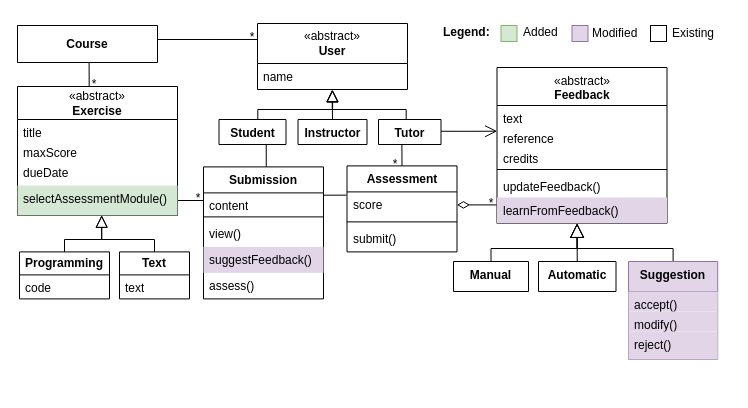
The draw.io diagram page "restructured" (1 of 3) of figures/src/aom.drawio in pal03377/master-thesis, before the edit. Source tidied: cells renumbered, new cells numbered last; positions are measured from the earlier drawing's top-left corner, leaving out a move shared by most shapes. Both pictures are drawn from the tidied source at 100%, with x=0, y=0 at pixel (17, 17).
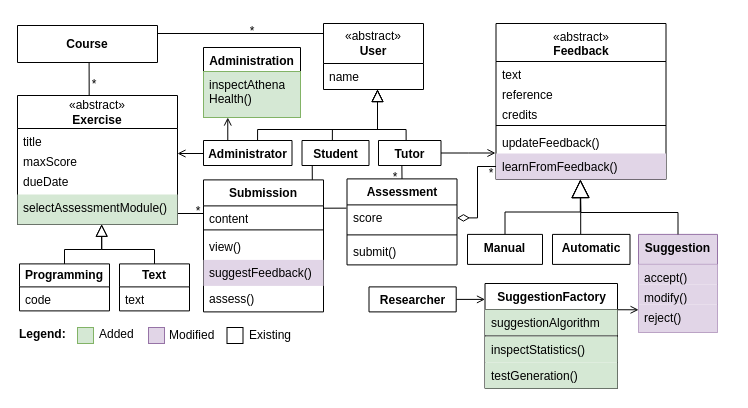
Above is the later version.

Unchanged cells that the change refers to:
```xml
<mxCell id="8" value="selectAssessmentModule()" style="text;strokeColor=none;fillColor=#d5e8d4;align=left;verticalAlign=top;spacingLeft=4;spacingRight=4;overflow=hidden;points=[[0,0.5],[1,0.5]];portConstraint=eastwest;whiteSpace=wrap;html=1;" parent="4" vertex="1">
  <mxGeometry y="99" width="160" height="30" as="geometry" />
</mxCell>
<mxCell id="31" value="learnFromFeedback()" style="text;strokeColor=none;fillColor=#e1d5e7;align=left;verticalAlign=top;spacingLeft=4;spacingRight=4;overflow=hidden;points=[[0,0.5],[1,0.5]];portConstraint=eastwest;whiteSpace=wrap;html=1;" parent="25" vertex="1">
  <mxGeometry y="130" width="170" height="26" as="geometry" />
</mxCell>
<mxCell id="33" value="score" style="text;strokeColor=none;fillColor=none;align=left;verticalAlign=top;spacingLeft=4;spacingRight=4;overflow=hidden;points=[[0,0.5],[1,0.5]];portConstraint=eastwest;whiteSpace=wrap;html=1;" parent="32" vertex="1">
  <mxGeometry y="26" width="110" height="26" as="geometry" />
</mxCell>
```

Change to the diagram source:
```diff
@@
-    <mxCell id="3" style="edgeStyle=orthogonalEdgeStyle;rounded=0;jettySize=auto;html=1;entryX=0;entryY=0.25;entryDx=0;entryDy=0;endArrow=none;endFill=0;exitX=1;exitY=0.5;exitDx=0;exitDy=0;" parent="1" edge="1" source="8" target="9">
-      <mxGeometry relative="1" as="geometry" />
+    <mxCell id="3" style="edgeStyle=orthogonalEdgeStyle;rounded=0;jettySize=auto;html=1;entryX=0;entryY=0.25;entryDx=0;entryDy=0;endArrow=none;endFill=0;exitX=1;exitY=0.5;exitDx=0;exitDy=0;" parent="1" edge="1" target="9">
+      <mxGeometry relative="1" as="geometry">
+        <mxPoint x="160" y="196" as="sourcePoint" />
+      </mxGeometry>
     </mxCell>
     <mxCell id="4" value="«abstract»&lt;br&gt;&lt;b&gt;Exercise&lt;/b&gt;" style="swimlane;fontStyle=0;horizontal=1;startSize=33;fillColor=none;whiteSpace=wrap;html=1;" parent="1" vertex="1">
-      <mxGeometry y="69" width="160" height="129" as="geometry" />
+      <mxGeometry y="78" width="160" height="129" as="geometry" />
     </mxCell>
@@
     <mxCell id="9" value="Submission" style="swimlane;fontStyle=1;align=center;verticalAlign=top;horizontal=1;startSize=26;whiteSpace=wrap;html=1;" parent="1" vertex="1">
-      <mxGeometry x="186" y="149.4" width="120" height="132" as="geometry" />
+      <mxGeometry x="186" y="162.4" width="120" height="132" as="geometry" />
     </mxCell>
@@
-    <mxCell id="15" style="edgeStyle=orthogonalEdgeStyle;rounded=0;orthogonalLoop=1;jettySize=auto;html=1;exitX=0.653;exitY=0.006;exitDx=0;exitDy=0;endArrow=block;endFill=0;strokeWidth=1;endSize=10;entryX=0.534;entryY=1.015;entryDx=0;entryDy=0;entryPerimeter=0;exitPerimeter=0;" parent="1" edge="1">
+    <mxCell id="15" style="edgeStyle=orthogonalEdgeStyle;rounded=0;jettySize=auto;html=1;exitX=0.611;exitY=-0.003;exitDx=0;exitDy=0;endArrow=block;endFill=0;strokeWidth=1;endSize=10;exitPerimeter=0;" parent="1" edge="1" source="17">
       <mxGeometry relative="1" as="geometry">
-        <mxPoint x="240.3" y="102.2" as="sourcePoint" />
-        <mxPoint x="315.1" y="72.4" as="targetPoint" />
+        <mxPoint x="360" y="72" as="targetPoint" />
         <Array as="points">
-          <mxPoint x="240" y="92" />
-          <mxPoint x="315" y="92" />
+          <mxPoint x="240" y="112" />
+          <mxPoint x="360" y="112" />
         </Array>
       </mxGeometry>
     </mxCell>
-    <mxCell id="16" style="edgeStyle=orthogonalEdgeStyle;rounded=0;jettySize=auto;html=1;exitX=0.705;exitY=0.99;exitDx=0;exitDy=0;endArrow=none;endFill=0;entryX=0.523;entryY=-0.001;entryDx=0;entryDy=0;exitPerimeter=0;entryPerimeter=0;" parent="1" edge="1" source="17" target="9">
-      <mxGeometry relative="1" as="geometry" />
+    <mxCell id="16" style="edgeStyle=orthogonalEdgeStyle;rounded=0;orthogonalLoop=1;jettySize=auto;html=1;exitX=0.705;exitY=0.99;exitDx=0;exitDy=0;endArrow=none;endFill=0;entryX=0.523;entryY=-0.001;entryDx=0;entryDy=0;exitPerimeter=0;entryPerimeter=0;" parent="1" edge="1">
+      <mxGeometry relative="1" as="geometry">
+        <mxPoint x="294.7" y="139.8" as="sourcePoint" />
+        <mxPoint x="294.8" y="162.3" as="targetPoint" />
+      </mxGeometry>
     </mxCell>
+    <mxCell id="69" style="edgeStyle=orthogonalEdgeStyle;rounded=0;jettySize=auto;html=1;exitX=0.25;exitY=0;exitDx=0;exitDy=0;entryX=0.25;entryY=1;entryDx=0;entryDy=0;endArrow=open;endFill=0;" parent="1" edge="1" source="17" target="73">
+      <mxGeometry relative="1" as="geometry" />
+    </mxCell>
-    <mxCell id="17" value="Student" style="swimlane;fontStyle=1;align=center;verticalAlign=top;horizontal=1;startSize=34;whiteSpace=wrap;html=1;" parent="1" vertex="1">
-      <mxGeometry x="201.5" y="102" width="67" height="25" as="geometry" />
+    <mxCell id="17" value="Administrator" style="swimlane;fontStyle=1;align=center;verticalAlign=top;horizontal=1;startSize=34;whiteSpace=wrap;html=1;" parent="1" vertex="1">
+      <mxGeometry x="186" y="123" width="88.5" height="25" as="geometry" />
     </mxCell>
-    <mxCell id="18" style="edgeStyle=orthogonalEdgeStyle;rounded=0;orthogonalLoop=1;jettySize=auto;html=1;endArrow=block;endFill=0;endSize=10;entryX=0.533;entryY=1.004;entryDx=0;entryDy=0;entryPerimeter=0;exitX=0.363;exitY=0.005;exitDx=0;exitDy=0;exitPerimeter=0;" parent="1" edge="1">
+    <mxCell id="18" style="edgeStyle=orthogonalEdgeStyle;rounded=0;jettySize=auto;html=1;endArrow=block;endFill=0;endSize=10;exitX=0.442;exitY=-0.003;exitDx=0;exitDy=0;exitPerimeter=0;" parent="1" edge="1" source="21">
       <mxGeometry relative="1" as="geometry">
-        <mxPoint x="388.7" y="102.1" as="sourcePoint" />
-        <mxPoint x="314.9" y="72.1" as="targetPoint" />
+        <mxPoint x="360" y="72" as="targetPoint" />
         <Array as="points">
-          <mxPoint x="389" y="92" />
-          <mxPoint x="315" y="92" />
+          <mxPoint x="389" y="112" />
+          <mxPoint x="360" y="112" />
         </Array>
       </mxGeometry>
     </mxCell>
-    <mxCell id="19" style="edgeStyle=orthogonalEdgeStyle;rounded=0;jettySize=auto;html=1;exitX=0.996;exitY=0.47;exitDx=0;exitDy=0;endArrow=open;endFill=0;endSize=10;entryX=-0.002;entryY=0.872;entryDx=0;entryDy=0;entryPerimeter=0;exitPerimeter=0;" parent="1" edge="1" source="21">
-      <mxGeometry relative="1" as="geometry">
-        <mxPoint x="479.7" y="113.7" as="targetPoint" />
-      </mxGeometry>
-    </mxCell>
@@
+    <mxCell id="70" style="edgeStyle=orthogonalEdgeStyle;rounded=0;jettySize=auto;html=1;exitX=1;exitY=0.5;exitDx=0;exitDy=0;endArrow=open;endFill=0;" parent="1" edge="1" source="21">
+      <mxGeometry relative="1" as="geometry">
+        <mxPoint x="478" y="135.5" as="targetPoint" />
+      </mxGeometry>
+    </mxCell>
     <mxCell id="21" value="Tutor" style="swimlane;fontStyle=1;align=center;verticalAlign=top;horizontal=1;startSize=34;whiteSpace=wrap;html=1;" parent="1" vertex="1">
-      <mxGeometry x="361" y="102" width="62.5" height="25" as="geometry" />
+      <mxGeometry x="361" y="123" width="62.5" height="25" as="geometry" />
     </mxCell>
     <mxCell id="22" value="«abstract»&lt;br&gt;&lt;b&gt;User&lt;/b&gt;" style="swimlane;fontStyle=0;horizontal=1;startSize=40;fillColor=none;whiteSpace=wrap;html=1;" parent="1" vertex="1">
-      <mxGeometry x="240" y="6" width="150" height="66" as="geometry" />
+      <mxGeometry x="306" y="6" width="100" height="66" as="geometry" />
     </mxCell>
     <mxCell id="23" value="name" style="text;strokeColor=none;fillColor=none;align=left;verticalAlign=top;spacingLeft=4;spacingRight=4;overflow=hidden;points=[[0,0.5],[1,0.5]];portConstraint=eastwest;whiteSpace=wrap;html=1;" parent="22" vertex="1">
-      <mxGeometry y="40" width="150" height="26" as="geometry" />
+      <mxGeometry y="40" width="100" height="26" as="geometry" />
     </mxCell>
-    <mxCell id="24" style="edgeStyle=orthogonalEdgeStyle;rounded=0;jettySize=auto;html=1;exitX=-0.003;exitY=0.285;exitDx=0;exitDy=0;endArrow=diamondThin;endFill=0;endSize=10;entryX=1;entryY=0.5;entryDx=0;entryDy=0;exitPerimeter=0;" parent="1" edge="1" source="31" target="33">
-      <mxGeometry relative="1" as="geometry" />
+    <mxCell id="24" style="edgeStyle=orthogonalEdgeStyle;rounded=0;jettySize=auto;html=1;exitX=0;exitY=0.5;exitDx=0;exitDy=0;endArrow=diamondThin;endFill=0;endSize=10;entryX=1;entryY=0.5;entryDx=0;entryDy=0;" parent="1" edge="1" source="31" target="33">
+      <mxGeometry relative="1" as="geometry">
+        <Array as="points">
+          <mxPoint x="460" y="149" />
+          <mxPoint x="460" y="200" />
+        </Array>
+      </mxGeometry>
     </mxCell>
     <mxCell id="25" value="&lt;span style=&quot;font-weight: normal;&quot;&gt;«abstract»&lt;/span&gt;&lt;br&gt;Feedback" style="swimlane;fontStyle=1;align=center;verticalAlign=top;horizontal=1;startSize=38;whiteSpace=wrap;html=1;" parent="1" vertex="1">
-      <mxGeometry x="479.5" y="50" width="170" height="156" as="geometry" />
+      <mxGeometry x="478.5" y="6" width="170" height="156" as="geometry" />
     </mxCell>
@@
     <mxCell id="32" value="Assessment" style="swimlane;fontStyle=1;align=center;verticalAlign=top;horizontal=1;startSize=26;whiteSpace=wrap;html=1;" parent="1" vertex="1">
-      <mxGeometry x="329.5" y="148.4" width="110" height="86" as="geometry" />
+      <mxGeometry x="329.5" y="161.4" width="110" height="86" as="geometry" />
     </mxCell>
@@
-    <mxCell id="36" style="edgeStyle=orthogonalEdgeStyle;rounded=0;jettySize=auto;html=1;exitX=-0.002;exitY=0.242;exitDx=0;exitDy=0;endArrow=none;endFill=0;exitPerimeter=0;" parent="1" edge="1" source="22">
+    <mxCell id="36" style="edgeStyle=orthogonalEdgeStyle;rounded=0;orthogonalLoop=1;jettySize=auto;html=1;exitX=-0.002;exitY=0.242;exitDx=0;exitDy=0;endArrow=none;endFill=0;exitPerimeter=0;" parent="1" edge="1">
       <mxGeometry relative="1" as="geometry">
-        <mxPoint x="140" y="22" as="targetPoint" />
+        <mxPoint x="305.8" y="16" as="sourcePoint" />
+        <mxPoint x="140" y="16" as="targetPoint" />
       </mxGeometry>
     </mxCell>
@@
-    <mxCell id="38" style="edgeStyle=none;rounded=0;jettySize=auto;html=1;exitX=0.5;exitY=0;exitDx=0;exitDy=0;endArrow=block;endFill=0;startSize=16;endSize=12;entryX=0.471;entryY=0.992;entryDx=0;entryDy=0;entryPerimeter=0;" parent="1" edge="1" source="39" target="31">
-      <mxGeometry relative="1" as="geometry" />
-    </mxCell>
     <mxCell id="39" value="Automatic" style="swimlane;fontStyle=1;align=center;verticalAlign=top;horizontal=1;startSize=30;whiteSpace=wrap;html=1;" parent="1" vertex="1">
-      <mxGeometry x="521" y="244" width="77.5" height="30" as="geometry" />
+      <mxGeometry x="535" y="216.9" width="77.5" height="30" as="geometry" />
     </mxCell>
+    <mxCell id="42" style="edgeStyle=orthogonalEdgeStyle;rounded=0;jettySize=auto;html=1;exitX=0.5;exitY=0;exitDx=0;exitDy=0;entryX=0.496;entryY=1.006;entryDx=0;entryDy=0;entryPerimeter=0;endSize=16;endArrow=block;endFill=0;" parent="1" edge="1" source="40" target="31">
+      <mxGeometry relative="1" as="geometry" />
+    </mxCell>
     <mxCell id="40" value="Manual" style="swimlane;fontStyle=1;align=center;verticalAlign=top;horizontal=1;startSize=30;whiteSpace=wrap;html=1;" parent="1" vertex="1">
-      <mxGeometry x="436" y="244" width="75" height="30" as="geometry" />
+      <mxGeometry x="450" y="216.9" width="75" height="30" as="geometry" />
     </mxCell>
-    <mxCell id="41" style="edgeStyle=orthogonalEdgeStyle;rounded=0;jettySize=auto;html=1;exitX=0.5;exitY=0;exitDx=0;exitDy=0;endArrow=block;endFill=0;startSize=16;endSize=12;entryX=0.471;entryY=0.996;entryDx=0;entryDy=0;entryPerimeter=0;" parent="1" edge="1" source="57" target="31">
-      <mxGeometry relative="1" as="geometry">
-        <Array as="points">
-          <mxPoint x="656" y="231" />
-          <mxPoint x="560" y="231" />
-        </Array>
-      </mxGeometry>
-    </mxCell>
-    <mxCell id="42" style="edgeStyle=orthogonalEdgeStyle;rounded=0;jettySize=auto;html=1;exitX=0.5;exitY=0;exitDx=0;exitDy=0;endArrow=block;endFill=0;startSize=16;endSize=12;entryX=0.471;entryY=0.996;entryDx=0;entryDy=0;entryPerimeter=0;" parent="1" edge="1" source="40" target="31">
-      <mxGeometry relative="1" as="geometry">
-        <Array as="points">
-          <mxPoint x="474" y="231" />
-          <mxPoint x="560" y="231" />
-        </Array>
-      </mxGeometry>
-    </mxCell>
     <mxCell id="43" value="*" style="text;html=1;strokeColor=none;fillColor=none;align=center;verticalAlign=middle;whiteSpace=wrap;rounded=0;" parent="1" vertex="1">
-      <mxGeometry x="468.5" y="181.4" width="10" height="10" as="geometry" />
+      <mxGeometry x="468.5" y="151.4" width="10" height="10" as="geometry" />
     </mxCell>
     <mxCell id="44" value="*" style="text;html=1;strokeColor=none;fillColor=none;align=center;verticalAlign=middle;whiteSpace=wrap;rounded=0;" parent="1" vertex="1">
-      <mxGeometry x="230" y="10" width="10" height="20" as="geometry" />
+      <mxGeometry x="230" y="4" width="10" height="20" as="geometry" />
     </mxCell>
@@
     <mxCell id="46" value="*" style="text;html=1;strokeColor=none;fillColor=none;align=center;verticalAlign=middle;whiteSpace=wrap;rounded=0;" parent="1" vertex="1">
-      <mxGeometry x="373" y="137.4" width="10" height="20" as="geometry" />
+      <mxGeometry x="373" y="150.4" width="10" height="20" as="geometry" />
     </mxCell>
     <mxCell id="47" value="*" style="text;html=1;strokeColor=none;fillColor=none;align=center;verticalAlign=middle;whiteSpace=wrap;rounded=0;" parent="1" vertex="1">
-      <mxGeometry x="176" y="176.4" width="10" height="10" as="geometry" />
+      <mxGeometry x="176" y="189.4" width="10" height="10" as="geometry" />
     </mxCell>
     <mxCell id="48" value="&lt;b&gt;Programming&lt;/b&gt;" style="swimlane;fontStyle=0;horizontal=1;startSize=23;fillColor=none;whiteSpace=wrap;html=1;" parent="1" vertex="1">
-      <mxGeometry x="2" y="234.4" width="90" height="47" as="geometry" />
+      <mxGeometry x="2" y="246.4" width="90" height="47" as="geometry" />
     </mxCell>
@@
     <mxCell id="50" value="&lt;b&gt;Text&lt;/b&gt;" style="swimlane;fontStyle=0;horizontal=1;startSize=23;fillColor=none;whiteSpace=wrap;html=1;" parent="1" vertex="1">
-      <mxGeometry x="102" y="234.4" width="70" height="47" as="geometry" />
+      <mxGeometry x="102" y="246.4" width="70" height="47" as="geometry" />
     </mxCell>
@@
     <mxCell id="53" style="edgeStyle=orthogonalEdgeStyle;rounded=0;jettySize=auto;html=1;exitX=0.5;exitY=0;exitDx=0;exitDy=0;endArrow=block;endFill=0;strokeWidth=1;endSize=10;entryX=0.526;entryY=0.992;entryDx=0;entryDy=0;entryPerimeter=0;" parent="1" edge="1" source="50" target="8">
       <mxGeometry relative="1" as="geometry">
         <Array as="points">
-          <mxPoint x="137" y="222" />
-          <mxPoint x="84" y="222" />
+          <mxPoint x="137" y="232" />
+          <mxPoint x="84" y="232" />
         </Array>
       </mxGeometry>
     </mxCell>
     <mxCell id="54" style="edgeStyle=orthogonalEdgeStyle;rounded=0;jettySize=auto;html=1;endArrow=block;endFill=0;strokeWidth=1;endSize=10;entryX=0.526;entryY=0.994;entryDx=0;entryDy=0;entryPerimeter=0;exitX=0.5;exitY=0;exitDx=0;exitDy=0;" parent="1" edge="1" source="48" target="8">
       <mxGeometry relative="1" as="geometry">
         <Array as="points">
-          <mxPoint x="47" y="222" />
-          <mxPoint x="84" y="222" />
+          <mxPoint x="47" y="232" />
+          <mxPoint x="84" y="232" />
         </Array>
       </mxGeometry>
     </mxCell>
-    <mxCell id="55" value="Instructor" style="swimlane;fontStyle=1;align=center;verticalAlign=top;horizontal=1;startSize=34;whiteSpace=wrap;html=1;" parent="1" vertex="1">
-      <mxGeometry x="280.5" y="102" width="69" height="25" as="geometry" />
-    </mxCell>
-    <mxCell id="56" style="edgeStyle=orthogonalEdgeStyle;rounded=0;jettySize=auto;html=1;endArrow=block;endFill=0;endSize=10;exitX=0.5;exitY=0;exitDx=0;exitDy=0;entryX=0.498;entryY=1.01;entryDx=0;entryDy=0;entryPerimeter=0;" parent="1" edge="1" source="55" target="23">
-      <mxGeometry relative="1" as="geometry" />
+    <mxCell id="56" style="edgeStyle=orthogonalEdgeStyle;rounded=0;jettySize=auto;html=1;endArrow=block;endFill=0;endSize=10;exitX=0.453;exitY=-0.019;exitDx=0;exitDy=0;entryX=0.54;entryY=1.003;entryDx=0;entryDy=0;entryPerimeter=0;exitPerimeter=0;" parent="1" edge="1" source="71" target="23">
+      <mxGeometry relative="1" as="geometry">
+        <Array as="points">
+          <mxPoint x="315" y="112" />
+          <mxPoint x="360" y="112" />
+        </Array>
+      </mxGeometry>
     </mxCell>
     <mxCell id="57" value="Suggestion" style="swimlane;fontStyle=1;align=center;verticalAlign=top;horizontal=1;startSize=30;whiteSpace=wrap;html=1;fillColor=#e1d5e7;strokeColor=#9673a6;" parent="1" vertex="1">
-      <mxGeometry x="611" y="244" width="89.2" height="98" as="geometry" />
+      <mxGeometry x="621" y="216.9" width="79" height="98" as="geometry" />
     </mxCell>
     <mxCell id="58" value="accept()" style="text;strokeColor=none;fillColor=#e1d5e7;align=left;verticalAlign=top;spacingLeft=4;spacingRight=4;overflow=hidden;whiteSpace=wrap;html=1;" parent="57" vertex="1">
-      <mxGeometry y="30" width="89.2" height="20" as="geometry" />
+      <mxGeometry y="30" width="79" height="20" as="geometry" />
     </mxCell>
     <mxCell id="59" value="modify()" style="text;strokeColor=none;fillColor=#e1d5e7;align=left;verticalAlign=top;spacingLeft=4;spacingRight=4;overflow=hidden;whiteSpace=wrap;html=1;" parent="57" vertex="1">
-      <mxGeometry y="50" width="89.2" height="20" as="geometry" />
+      <mxGeometry y="50" width="79" height="20" as="geometry" />
     </mxCell>
     <mxCell id="60" value="reject()" style="text;strokeColor=none;fillColor=#e1d5e7;align=left;verticalAlign=top;spacingLeft=4;spacingRight=4;overflow=hidden;points=[[0,0.5],[1,0.5]];portConstraint=eastwest;whiteSpace=wrap;html=1;" parent="57" vertex="1">
-      <mxGeometry y="70" width="89.2" height="28" as="geometry" />
+      <mxGeometry y="70" width="79" height="28" as="geometry" />
     </mxCell>
     <mxCell id="61" style="group;" parent="1" vertex="1">
-      <mxGeometry x="423.5" width="289.5" height="31" as="geometry" />
+      <mxGeometry y="302" width="289.5" height="31" as="geometry" />
     </mxCell>
@@
+    <mxCell id="71" value="Student" style="swimlane;fontStyle=1;align=center;verticalAlign=top;horizontal=1;startSize=34;whiteSpace=wrap;html=1;" parent="1" vertex="1">
+      <mxGeometry x="284.5" y="123" width="67" height="25" as="geometry" />
+    </mxCell>
+    <mxCell id="72" style="edgeStyle=orthogonalEdgeStyle;rounded=0;jettySize=auto;html=1;entryX=0;entryY=0.5;entryDx=0;entryDy=0;endArrow=none;endFill=0;exitX=1;exitY=0.5;exitDx=0;exitDy=0;startArrow=open;startFill=0;" parent="1" edge="1" target="17">
+      <mxGeometry relative="1" as="geometry">
+        <mxPoint x="160" y="136" as="sourcePoint" />
+      </mxGeometry>
+    </mxCell>
+    <mxCell id="73" value="Administration" style="swimlane;fontStyle=1;align=center;verticalAlign=top;horizontal=1;startSize=24;whiteSpace=wrap;html=1;" parent="1" vertex="1">
+      <mxGeometry x="186" y="30" width="97" height="70" as="geometry" />
+    </mxCell>
+    <mxCell id="74" value="inspectAthena&lt;br&gt;Health()" style="text;strokeColor=#82b366;fillColor=#d5e8d4;align=left;verticalAlign=top;spacingLeft=4;spacingRight=4;overflow=hidden;whiteSpace=wrap;html=1;" parent="73" vertex="1">
+      <mxGeometry y="24" width="97" height="46" as="geometry" />
+    </mxCell>
+    <mxCell id="75" style="edgeStyle=orthogonalEdgeStyle;rounded=0;jettySize=auto;html=1;exitX=1;exitY=0.25;exitDx=0;exitDy=0;entryX=0.001;entryY=0.195;entryDx=0;entryDy=0;entryPerimeter=0;endArrow=open;endFill=0;" parent="1" edge="1" source="76" target="60">
+      <mxGeometry relative="1" as="geometry" />
+    </mxCell>
+    <mxCell id="76" value="SuggestionFactory" style="swimlane;fontStyle=1;align=center;verticalAlign=top;horizontal=1;startSize=26;whiteSpace=wrap;html=1;" parent="1" vertex="1">
+      <mxGeometry x="467.5" y="266" width="132.5" height="105" as="geometry" />
+    </mxCell>
+    <mxCell id="77" value="suggestionAlgorithm" style="text;strokeColor=none;fillColor=#d5e8d4;align=left;verticalAlign=top;spacingLeft=4;spacingRight=4;overflow=hidden;whiteSpace=wrap;html=1;" parent="76" vertex="1">
+      <mxGeometry y="26" width="132.5" height="26" as="geometry" />
+    </mxCell>
+    <mxCell id="78" style="line;strokeWidth=1;fillColor=none;align=left;verticalAlign=middle;spacingTop=-1;spacingLeft=3;spacingRight=3;labelPosition=right;strokeColor=inherit;" parent="76" vertex="1">
+      <mxGeometry y="52" width="132.5" height="1" as="geometry" />
+    </mxCell>
+    <mxCell id="79" value="inspectStatistics()" style="text;strokeColor=none;fillColor=#d5e8d4;align=left;verticalAlign=top;spacingLeft=4;spacingRight=4;overflow=hidden;whiteSpace=wrap;html=1;" parent="76" vertex="1">
+      <mxGeometry y="53" width="132.5" height="26" as="geometry" />
+    </mxCell>
+    <mxCell id="80" value="testGeneration()" style="text;strokeColor=none;fillColor=#d5e8d4;align=left;verticalAlign=top;spacingLeft=4;spacingRight=4;overflow=hidden;whiteSpace=wrap;html=1;" parent="76" vertex="1">
+      <mxGeometry y="79" width="132.5" height="26" as="geometry" />
+    </mxCell>
+    <mxCell id="81" style="edgeStyle=orthogonalEdgeStyle;rounded=0;jettySize=auto;html=1;exitX=1;exitY=0.5;exitDx=0;exitDy=0;entryX=0;entryY=0.146;entryDx=0;entryDy=0;entryPerimeter=0;endArrow=open;endFill=0;" parent="1" edge="1" source="82" target="76">
+      <mxGeometry relative="1" as="geometry" />
+    </mxCell>
+    <mxCell id="82" value="Researcher" style="swimlane;fontStyle=1;align=center;verticalAlign=top;horizontal=1;startSize=34;whiteSpace=wrap;html=1;" parent="1" vertex="1">
+      <mxGeometry x="351.5" y="269.4" width="87.2" height="25" as="geometry" />
+    </mxCell>
+    <mxCell id="83" style="edgeStyle=orthogonalEdgeStyle;rounded=0;jettySize=auto;html=1;exitX=0.364;exitY=-0.012;exitDx=0;exitDy=0;entryX=0.496;entryY=1.006;entryDx=0;entryDy=0;entryPerimeter=0;exitPerimeter=0;endSize=16;endArrow=block;endFill=0;" parent="1" edge="1" source="39">
+      <mxGeometry relative="1" as="geometry">
+        <mxPoint x="563" y="162" as="targetPoint" />
+      </mxGeometry>
+    </mxCell>
+    <mxCell id="84" style="edgeStyle=orthogonalEdgeStyle;rounded=0;jettySize=auto;html=1;entryX=0.496;entryY=1.006;entryDx=0;entryDy=0;entryPerimeter=0;exitX=0.5;exitY=0;exitDx=0;exitDy=0;endArrow=block;endFill=0;endSize=16;" parent="1" edge="1" source="57">
+      <mxGeometry relative="1" as="geometry">
+        <mxPoint x="562.8" y="162" as="targetPoint" />
+      </mxGeometry>
+    </mxCell>
```
